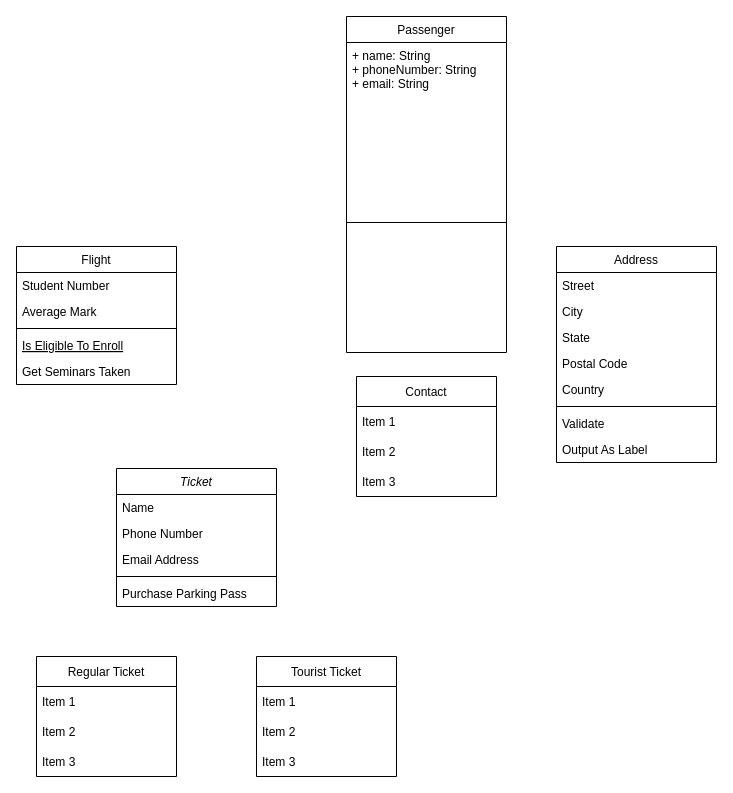
This is Flight Reservation System.drawio from sumanthrt/Flight-Reservation-System, a draw.io file, before an edit. Source tidied: cells renumbered, new cells numbered last; positions are measured from the earlier drawing's top-left corner, leaving out a move shared by most shapes. Both pictures are drawn from the tidied source at 100%, with x=0, y=0 at pixel (16, 16).
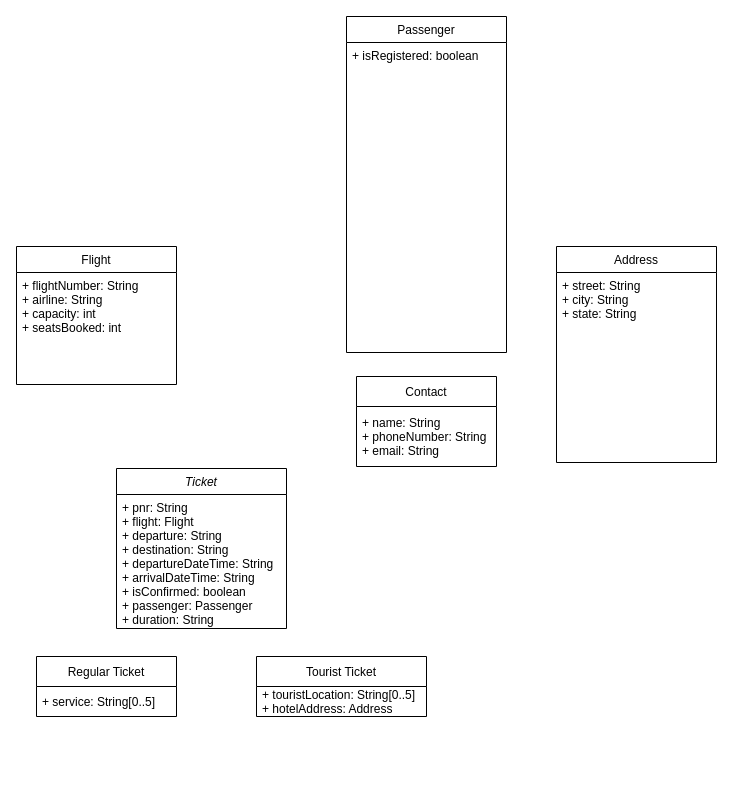
After the change.

Commit message:
Identified all attributes

Unchanged cells that the change refers to:
```xml
<mxCell id="8" value="Flight" style="swimlane;fontStyle=0;align=center;verticalAlign=top;horizontal=1;startSize=26;rounded=0;shadow=0;strokeWidth=1;" parent="1" vertex="1">
  <mxGeometry y="230" width="160" height="138" as="geometry" />
</mxCell>
<mxCell id="14" value="Passenger" style="swimlane;fontStyle=0;align=center;verticalAlign=top;horizontal=1;startSize=26;rounded=0;shadow=0;strokeWidth=1;" parent="1" vertex="1">
  <mxGeometry x="330" width="160" height="336" as="geometry" />
</mxCell>
<mxCell id="17" value="Address" style="swimlane;fontStyle=0;align=center;verticalAlign=top;horizontal=1;startSize=26;rounded=0;shadow=0;strokeWidth=1;" parent="1" vertex="1">
  <mxGeometry x="540" y="230" width="160" height="216" as="geometry" />
</mxCell>
```

Change to the diagram source:
```diff
@@
     <mxCell id="2" value="Ticket" style="swimlane;fontStyle=2;align=center;verticalAlign=top;horizontal=1;startSize=26;rounded=0;shadow=0;strokeWidth=1;" parent="1" vertex="1">
-      <mxGeometry x="100" y="452" width="160" height="138" as="geometry" />
+      <mxGeometry x="100" y="452" width="170" height="160" as="geometry" />
     </mxCell>
-    <mxCell id="3" value="Name" style="text;align=left;verticalAlign=top;spacingLeft=4;spacingRight=4;overflow=hidden;" parent="2" vertex="1">
-      <mxGeometry y="26" width="160" height="26" as="geometry" />
+    <mxCell id="3" value="+ pnr: String&#10;+ flight: Flight&#10;+ departure: String&#10;+ destination: String&#10;+ departureDateTime: String&#10;+ arrivalDateTime: String&#10;+ isConfirmed: boolean&#10;+ passenger: Passenger&#10;+ duration: String" style="text;align=left;verticalAlign=top;spacingLeft=4;spacingRight=4;overflow=hidden;" parent="2" vertex="1">
+      <mxGeometry y="26" width="170" height="134" as="geometry" />
     </mxCell>
-    <mxCell id="4" value="Phone Number" style="text;align=left;verticalAlign=top;spacingLeft=4;spacingRight=4;overflow=hidden;rounded=0;shadow=0;html=0;" parent="2" vertex="1">
-      <mxGeometry y="52" width="160" height="26" as="geometry" />
-    </mxCell>
-    <mxCell id="5" value="Email Address" style="text;align=left;verticalAlign=top;spacingLeft=4;spacingRight=4;overflow=hidden;rounded=0;shadow=0;html=0;" parent="2" vertex="1">
-      <mxGeometry y="78" width="160" height="26" as="geometry" />
-    </mxCell>
-    <mxCell id="6" style="line;html=1;strokeWidth=1;align=left;verticalAlign=middle;spacingTop=-1;spacingLeft=3;spacingRight=3;labelPosition=right;" parent="2" vertex="1">
-      <mxGeometry y="104" width="160" height="8" as="geometry" />
-    </mxCell>
-    <mxCell id="7" value="Purchase Parking Pass" style="text;align=left;verticalAlign=top;spacingLeft=4;spacingRight=4;overflow=hidden;" parent="2" vertex="1">
-      <mxGeometry y="112" width="160" height="26" as="geometry" />
-    </mxCell>
@@
-    <mxCell id="9" value="Student Number" style="text;align=left;verticalAlign=top;spacingLeft=4;spacingRight=4;overflow=hidden;" parent="8" vertex="1">
-      <mxGeometry y="26" width="160" height="26" as="geometry" />
+    <mxCell id="9" value="+ flightNumber: String&#10;+ airline: String&#10;+ capacity: int&#10;+ seatsBooked: int" style="text;align=left;verticalAlign=top;spacingLeft=4;spacingRight=4;overflow=hidden;" parent="8" vertex="1">
+      <mxGeometry y="26" width="160" height="74" as="geometry" />
     </mxCell>
-    <mxCell id="10" value="Average Mark" style="text;align=left;verticalAlign=top;spacingLeft=4;spacingRight=4;overflow=hidden;rounded=0;shadow=0;html=0;" parent="8" vertex="1">
-      <mxGeometry y="52" width="160" height="26" as="geometry" />
-    </mxCell>
-    <mxCell id="11" style="line;html=1;strokeWidth=1;align=left;verticalAlign=middle;spacingTop=-1;spacingLeft=3;spacingRight=3;labelPosition=right;" parent="8" vertex="1">
-      <mxGeometry y="78" width="160" height="8" as="geometry" />
-    </mxCell>
-    <mxCell id="12" value="Is Eligible To Enroll" style="text;align=left;verticalAlign=top;spacingLeft=4;spacingRight=4;overflow=hidden;fontStyle=4;" parent="8" vertex="1">
-      <mxGeometry y="86" width="160" height="26" as="geometry" />
-    </mxCell>
-    <mxCell id="13" value="Get Seminars Taken" style="text;align=left;verticalAlign=top;spacingLeft=4;spacingRight=4;overflow=hidden;" parent="8" vertex="1">
-      <mxGeometry y="112" width="160" height="26" as="geometry" />
-    </mxCell>
@@
-    <mxCell id="15" value="+ name: String&#10;+ phoneNumber: String&#10;+ email: String" style="text;align=left;verticalAlign=top;spacingLeft=4;spacingRight=4;overflow=hidden;" parent="14" vertex="1">
+    <mxCell id="15" value="+ isRegistered: boolean" style="text;align=left;verticalAlign=top;spacingLeft=4;spacingRight=4;overflow=hidden;" parent="14" vertex="1">
       <mxGeometry y="26" width="160" height="174" as="geometry" />
     </mxCell>
-    <mxCell id="16" style="endArrow=none;html=1;rounded=0;" parent="14" edge="1">
-      <mxGeometry relative="1" as="geometry">
-        <mxPoint y="206" as="sourcePoint" />
-        <mxPoint x="160" y="206" as="targetPoint" />
-      </mxGeometry>
-    </mxCell>
@@
-    <mxCell id="18" value="Street" style="text;align=left;verticalAlign=top;spacingLeft=4;spacingRight=4;overflow=hidden;" parent="17" vertex="1">
-      <mxGeometry y="26" width="160" height="26" as="geometry" />
+    <mxCell id="18" value="+ street: String&#10;+ city: String&#10;+ state: String" style="text;align=left;verticalAlign=top;spacingLeft=4;spacingRight=4;overflow=hidden;" parent="17" vertex="1">
+      <mxGeometry y="26" width="160" height="124" as="geometry" />
     </mxCell>
-    <mxCell id="19" value="City" style="text;align=left;verticalAlign=top;spacingLeft=4;spacingRight=4;overflow=hidden;rounded=0;shadow=0;html=0;" parent="17" vertex="1">
-      <mxGeometry y="52" width="160" height="26" as="geometry" />
-    </mxCell>
-    <mxCell id="20" value="State" style="text;align=left;verticalAlign=top;spacingLeft=4;spacingRight=4;overflow=hidden;rounded=0;shadow=0;html=0;" parent="17" vertex="1">
-      <mxGeometry y="78" width="160" height="26" as="geometry" />
-    </mxCell>
-    <mxCell id="21" value="Postal Code" style="text;align=left;verticalAlign=top;spacingLeft=4;spacingRight=4;overflow=hidden;rounded=0;shadow=0;html=0;" parent="17" vertex="1">
-      <mxGeometry y="104" width="160" height="26" as="geometry" />
-    </mxCell>
-    <mxCell id="22" value="Country" style="text;align=left;verticalAlign=top;spacingLeft=4;spacingRight=4;overflow=hidden;rounded=0;shadow=0;html=0;" parent="17" vertex="1">
-      <mxGeometry y="130" width="160" height="26" as="geometry" />
-    </mxCell>
-    <mxCell id="23" style="line;html=1;strokeWidth=1;align=left;verticalAlign=middle;spacingTop=-1;spacingLeft=3;spacingRight=3;labelPosition=right;" parent="17" vertex="1">
-      <mxGeometry y="156" width="160" height="8" as="geometry" />
-    </mxCell>
-    <mxCell id="24" value="Validate" style="text;align=left;verticalAlign=top;spacingLeft=4;spacingRight=4;overflow=hidden;" parent="17" vertex="1">
-      <mxGeometry y="164" width="160" height="26" as="geometry" />
-    </mxCell>
-    <mxCell id="25" value="Output As Label" style="text;align=left;verticalAlign=top;spacingLeft=4;spacingRight=4;overflow=hidden;" parent="17" vertex="1">
-      <mxGeometry y="190" width="160" height="26" as="geometry" />
-    </mxCell>
     <mxCell id="26" value="Regular Ticket" style="swimlane;fontStyle=0;horizontal=1;startSize=30;" parent="1" vertex="1">
-      <mxGeometry x="20" y="640" width="140" height="120" as="geometry" />
+      <mxGeometry x="20" y="640" width="140" height="60" as="geometry" />
     </mxCell>
-    <mxCell id="27" value="Item 1" style="text;strokeColor=none;fillColor=none;align=left;verticalAlign=middle;spacingLeft=4;spacingRight=4;overflow=hidden;" parent="26" vertex="1">
+    <mxCell id="27" value="+ service: String[0..5]" style="text;strokeColor=none;fillColor=none;align=left;verticalAlign=middle;spacingLeft=4;spacingRight=4;overflow=hidden;" parent="26" vertex="1">
       <mxGeometry y="30" width="140" height="30" as="geometry" />
     </mxCell>
-    <mxCell id="28" value="Item 2" style="text;strokeColor=none;fillColor=none;align=left;verticalAlign=middle;spacingLeft=4;spacingRight=4;overflow=hidden;" parent="26" vertex="1">
-      <mxGeometry y="60" width="140" height="30" as="geometry" />
-    </mxCell>
-    <mxCell id="29" value="Item 3" style="text;strokeColor=none;fillColor=none;align=left;verticalAlign=middle;spacingLeft=4;spacingRight=4;overflow=hidden;" parent="26" vertex="1">
-      <mxGeometry y="90" width="140" height="30" as="geometry" />
-    </mxCell>
     <mxCell id="30" value="Contact" style="swimlane;fontStyle=0;horizontal=1;startSize=30;" parent="1" vertex="1">
-      <mxGeometry x="340" y="360" width="140" height="120" as="geometry" />
+      <mxGeometry x="340" y="360" width="140" height="90" as="geometry" />
     </mxCell>
-    <mxCell id="31" value="Item 1" style="text;strokeColor=none;fillColor=none;align=left;verticalAlign=middle;spacingLeft=4;spacingRight=4;overflow=hidden;" parent="30" vertex="1">
-      <mxGeometry y="30" width="140" height="30" as="geometry" />
+    <mxCell id="31" value="+ name: String&#10;+ phoneNumber: String&#10;+ email: String" style="text;strokeColor=none;fillColor=none;align=left;verticalAlign=middle;spacingLeft=4;spacingRight=4;overflow=hidden;" parent="30" vertex="1">
+      <mxGeometry y="30" width="140" height="60" as="geometry" />
     </mxCell>
-    <mxCell id="32" value="Item 2" style="text;strokeColor=none;fillColor=none;align=left;verticalAlign=middle;spacingLeft=4;spacingRight=4;overflow=hidden;" parent="30" vertex="1">
-      <mxGeometry y="60" width="140" height="30" as="geometry" />
-    </mxCell>
-    <mxCell id="33" value="Item 3" style="text;strokeColor=none;fillColor=none;align=left;verticalAlign=middle;spacingLeft=4;spacingRight=4;overflow=hidden;" parent="30" vertex="1">
-      <mxGeometry y="90" width="140" height="30" as="geometry" />
-    </mxCell>
     <mxCell id="34" value="Tourist Ticket" style="swimlane;fontStyle=0;horizontal=1;startSize=30;" parent="1" vertex="1">
-      <mxGeometry x="240" y="640" width="140" height="120" as="geometry" />
+      <mxGeometry x="240" y="640" width="170" height="60" as="geometry" />
     </mxCell>
-    <mxCell id="35" value="Item 1" style="text;strokeColor=none;fillColor=none;align=left;verticalAlign=middle;spacingLeft=4;spacingRight=4;overflow=hidden;" parent="34" vertex="1">
-      <mxGeometry y="30" width="140" height="30" as="geometry" />
+    <mxCell id="35" value="+ touristLocation: String[0..5]&#10;+ hotelAddress: Address" style="text;strokeColor=none;fillColor=none;align=left;verticalAlign=middle;spacingLeft=4;spacingRight=4;overflow=hidden;" parent="34" vertex="1">
+      <mxGeometry y="30" width="170" height="30" as="geometry" />
     </mxCell>
-    <mxCell id="36" value="Item 2" style="text;strokeColor=none;fillColor=none;align=left;verticalAlign=middle;spacingLeft=4;spacingRight=4;overflow=hidden;" parent="34" vertex="1">
-      <mxGeometry y="60" width="140" height="30" as="geometry" />
-    </mxCell>
-    <mxCell id="37" value="Item 3" style="text;strokeColor=none;fillColor=none;align=left;verticalAlign=middle;spacingLeft=4;spacingRight=4;overflow=hidden;" parent="34" vertex="1">
-      <mxGeometry y="90" width="140" height="30" as="geometry" />
-    </mxCell>
```
